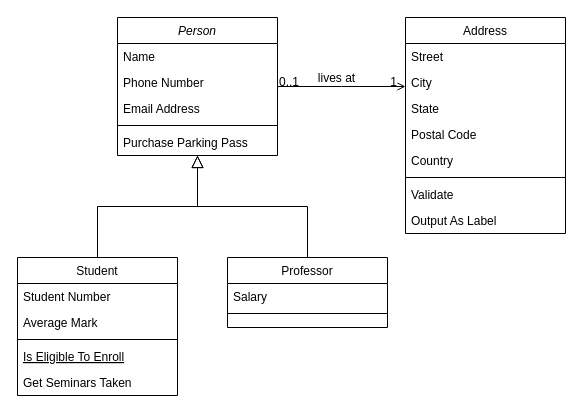
Earlier version of the draw.io diagram Untitled Diagram.drawio (Sabapathy80/hello-world). Source tidied: cells renumbered, new cells numbered last; positions are measured from the earlier drawing's top-left corner, leaving out a move shared by most shapes. Both pictures are drawn from the tidied source at 100%, with x=0, y=0 at pixel (17, 17).
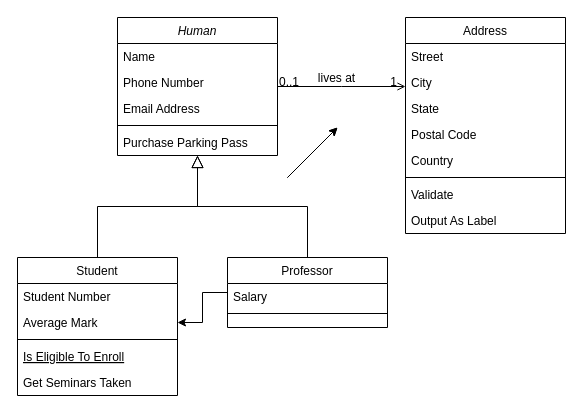
The same page after the edit.

The change refers to these unchanged cells:
```xml
<mxCell id="10" value="Average Mark" style="text;align=left;verticalAlign=top;spacingLeft=4;spacingRight=4;overflow=hidden;points=[[0,0.5],[1,0.5]];portConstraint=eastwest;rounded=0;shadow=0;html=0;" parent="8" vertex="1">
  <mxGeometry y="52" width="160" height="26" as="geometry" />
</mxCell>
<mxCell id="15" value="Professor" style="swimlane;fontStyle=0;align=center;verticalAlign=top;horizontal=1;startSize=26;rounded=0;shadow=0;strokeWidth=1;" parent="1" vertex="1">
  <mxGeometry x="210" y="240" width="160" height="70" as="geometry" />
</mxCell>
```

What changed in the source:
```diff
@@
-    <mxCell id="2" value="Person" style="swimlane;fontStyle=2;align=center;verticalAlign=top;horizontal=1;startSize=26;rounded=0;shadow=0;strokeWidth=1;" parent="1" vertex="1">
+    <mxCell id="2" value="Human" style="swimlane;fontStyle=2;align=center;verticalAlign=top;horizontal=1;startSize=26;rounded=0;shadow=0;strokeWidth=1;" parent="1" vertex="1">
       <mxGeometry x="100" width="160" height="138" as="geometry" />
     </mxCell>
@@
+    <mxCell id="32" style="edgeStyle=orthogonalEdgeStyle;rounded=0;jettySize=auto;html=1;" parent="1" edge="1" source="15" target="10">
+      <mxGeometry relative="1" as="geometry" />
+    </mxCell>
@@
+    <mxCell id="33" style="endArrow=classic;html=1;rounded=0;" parent="1" edge="1">
+      <mxGeometry relative="1" as="geometry">
+        <mxPoint x="270" y="160" as="sourcePoint" />
+        <mxPoint x="320" y="110" as="targetPoint" />
+      </mxGeometry>
+    </mxCell>
+    <mxCell id="34" style="endArrow=classic;html=1;rounded=0;" parent="1" edge="1">
+      <mxGeometry relative="1" as="geometry">
+        <mxPoint x="270" y="160" as="sourcePoint" />
+        <mxPoint x="320" y="110" as="targetPoint" />
+      </mxGeometry>
+    </mxCell>
```
